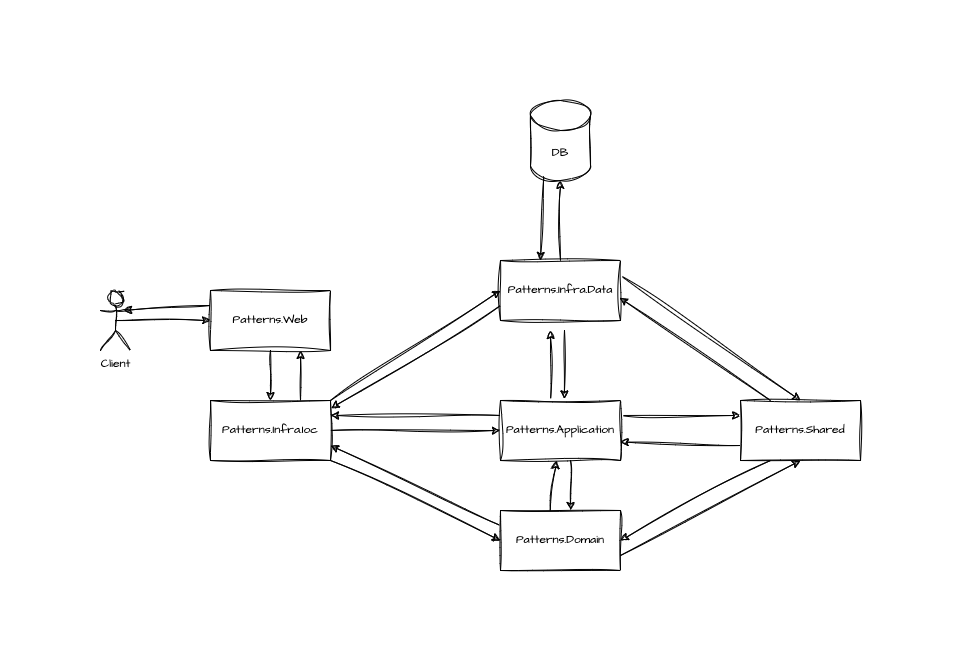
theMyntt/PracticesStudy keeps this draw.io diagram as docs/AppFlow.drawio.png. Above is the earlier version. Source tidied: cells renumbered, new cells last; positions are measured from the earlier drawing's top-left corner, leaving out a move shared by most shapes.
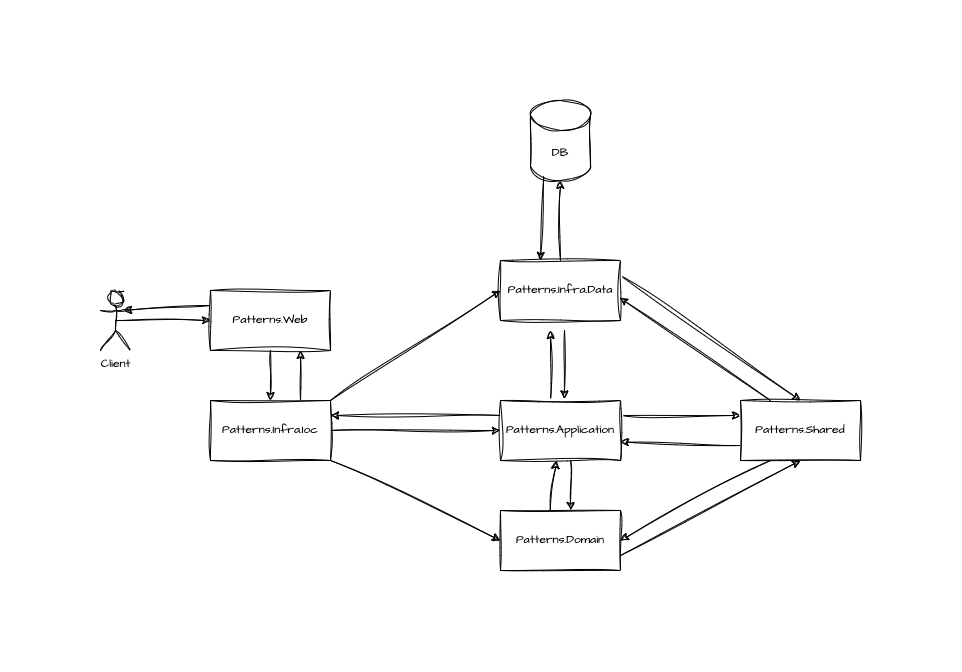
After the commit.

Commit message:
docs: only app layer returns something to controller

What changed in the source:
```diff
@@ -53,9 +53,6 @@
     <mxCell id="16" value="Patterns.Application" style="rounded=0;whiteSpace=wrap;html=1;sketch=1;hachureGap=4;jiggle=2;curveFitting=1;fontFamily=Architects Daughter;fontSource=https%3A%2F%2Ffonts.googleapis.com%2Fcss%3Ffamily%3DArchitects%2BDaughter;" parent="1" vertex="1">
       <mxGeometry x="400" y="300" width="120" height="60" as="geometry" />
     </mxCell>
-    <mxCell id="17" style="edgeStyle=none;rounded=0;sketch=1;hachureGap=4;jiggle=2;curveFitting=1;jettySize=auto;html=1;exitX=0;exitY=0.25;exitDx=0;exitDy=0;entryX=1;entryY=0.75;entryDx=0;entryDy=0;fontFamily=Architects Daughter;fontSource=https%3A%2F%2Ffonts.googleapis.com%2Fcss%3Ffamily%3DArchitects%2BDaughter;" parent="1" edge="1" source="19" target="8">
-      <mxGeometry relative="1" as="geometry" />
-    </mxCell>
     <mxCell id="18" style="edgeStyle=none;rounded=0;sketch=1;hachureGap=4;jiggle=2;curveFitting=1;jettySize=auto;html=1;exitX=1;exitY=0.75;exitDx=0;exitDy=0;entryX=0.5;entryY=1;entryDx=0;entryDy=0;fontFamily=Architects Daughter;fontSource=https%3A%2F%2Ffonts.googleapis.com%2Fcss%3Ffamily%3DArchitects%2BDaughter;" parent="1" edge="1" source="19" target="29">
       <mxGeometry relative="1" as="geometry" />
     </mxCell>
@@ -86,9 +83,6 @@
     <mxCell id="25" value="Client" style="shape=umlActor;verticalLabelPosition=bottom;verticalAlign=top;html=1;outlineConnect=0;sketch=1;hachureGap=4;jiggle=2;curveFitting=1;fontFamily=Architects Daughter;fontSource=https%3A%2F%2Ffonts.googleapis.com%2Fcss%3Ffamily%3DArchitects%2BDaughter;" parent="1" vertex="1">
       <mxGeometry y="190" width="30" height="60" as="geometry" />
     </mxCell>
-    <mxCell id="26" style="edgeStyle=none;rounded=0;sketch=1;hachureGap=4;jiggle=2;curveFitting=1;jettySize=auto;html=1;exitX=0;exitY=0.75;exitDx=0;exitDy=0;entryX=1.004;entryY=0.129;entryDx=0;entryDy=0;entryPerimeter=0;fontFamily=Architects Daughter;fontSource=https%3A%2F%2Ffonts.googleapis.com%2Fcss%3Ffamily%3DArchitects%2BDaughter;" parent="1" edge="1" source="11" target="8">
-      <mxGeometry relative="1" as="geometry" />
-    </mxCell>
     <mxCell id="27" style="edgeStyle=none;rounded=0;sketch=1;hachureGap=4;jiggle=2;curveFitting=1;jettySize=auto;html=1;exitX=0;exitY=0.25;exitDx=0;exitDy=0;entryX=0.776;entryY=0.331;entryDx=0;entryDy=0;entryPerimeter=0;fontFamily=Architects Daughter;fontSource=https%3A%2F%2Ffonts.googleapis.com%2Fcss%3Ffamily%3DArchitects%2BDaughter;" parent="1" edge="1" source="3" target="25">
       <mxGeometry relative="1" as="geometry" />
     </mxCell>
```
